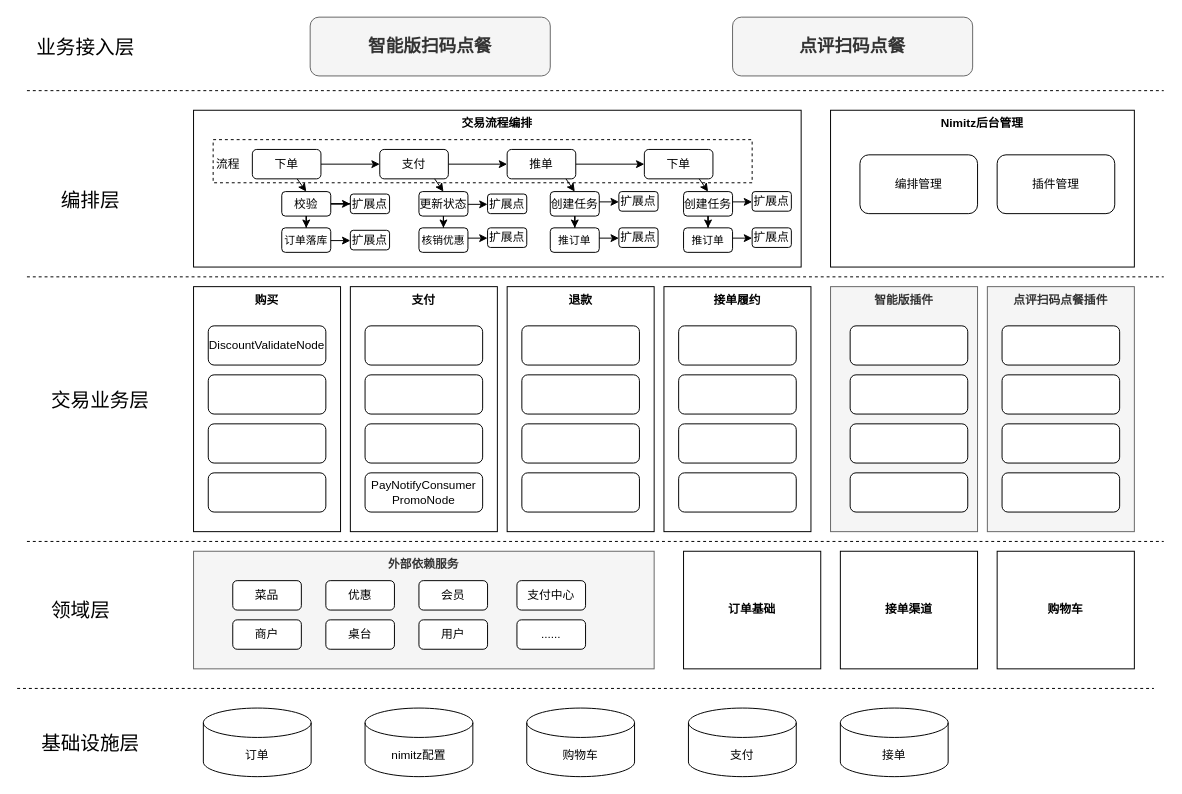
This is Nimitz交易平台.drawio from xussen1020/test, a draw.io file, before an edit. Source tidied: cells renumbered, new cells numbered last; positions are measured from the earlier drawing's top-left corner, leaving out a move shared by most shapes. Both pictures are drawn from the tidied source at 98%, with x=0, y=0 at pixel (17, 17).
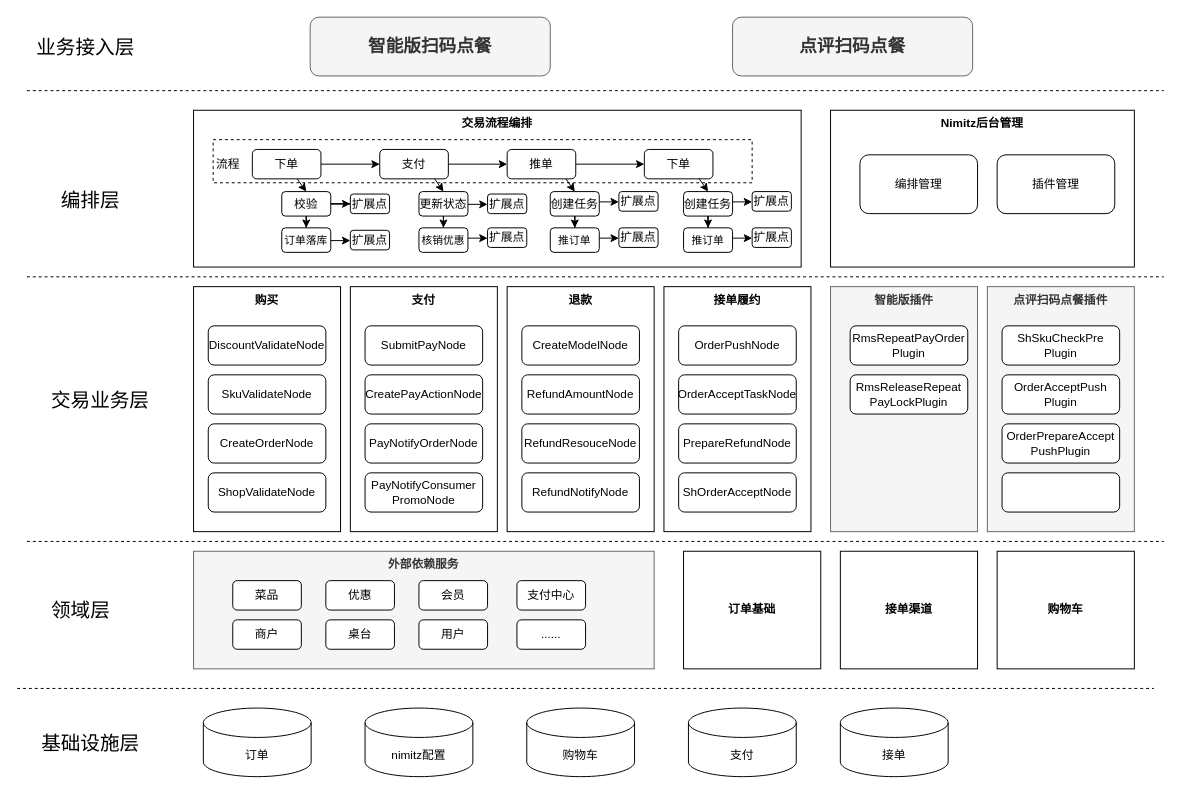
The same page after the edit.

Commit message:
更新Nimitz交易平台.drawio

Change to the diagram source:
```diff
@@
-    <mxCell id="54" style="rounded=1;whiteSpace=wrap;html=1;" parent="1" vertex="1">
+    <mxCell id="54" value="SkuValidateNode" style="rounded=1;whiteSpace=wrap;html=1;" parent="1" vertex="1">
       <mxGeometry x="195" y="365" width="120" height="40" as="geometry" />
     </mxCell>
-    <mxCell id="55" style="rounded=1;whiteSpace=wrap;html=1;" parent="1" vertex="1">
+    <mxCell id="55" value="CreateOrderNode" style="rounded=1;whiteSpace=wrap;html=1;" parent="1" vertex="1">
       <mxGeometry x="195" y="415" width="120" height="40" as="geometry" />
     </mxCell>
-    <mxCell id="56" style="rounded=1;whiteSpace=wrap;html=1;" parent="1" vertex="1">
+    <mxCell id="56" value="ShopValidateNode" style="rounded=1;whiteSpace=wrap;html=1;" parent="1" vertex="1">
       <mxGeometry x="195" y="465" width="120" height="40" as="geometry" />
     </mxCell>
-    <mxCell id="57" style="rounded=1;whiteSpace=wrap;html=1;" parent="1" vertex="1">
+    <mxCell id="57" value="SubmitPayNode" style="rounded=1;whiteSpace=wrap;html=1;" parent="1" vertex="1">
       <mxGeometry x="355" y="315" width="120" height="40" as="geometry" />
     </mxCell>
-    <mxCell id="58" style="rounded=1;whiteSpace=wrap;html=1;" parent="1" vertex="1">
+    <mxCell id="58" value="CreatePayActionNode" style="rounded=1;whiteSpace=wrap;html=1;" parent="1" vertex="1">
       <mxGeometry x="355" y="365" width="120" height="40" as="geometry" />
     </mxCell>
-    <mxCell id="59" style="rounded=1;whiteSpace=wrap;html=1;" parent="1" vertex="1">
+    <mxCell id="59" value="PayNotifyOrderNode" style="rounded=1;whiteSpace=wrap;html=1;" parent="1" vertex="1">
       <mxGeometry x="355" y="415" width="120" height="40" as="geometry" />
     </mxCell>
@@
-    <mxCell id="61" style="rounded=1;whiteSpace=wrap;html=1;" parent="1" vertex="1">
+    <mxCell id="61" value="CreateModelNode" style="rounded=1;whiteSpace=wrap;html=1;" parent="1" vertex="1">
       <mxGeometry x="515" y="315" width="120" height="40" as="geometry" />
     </mxCell>
-    <mxCell id="62" style="rounded=1;whiteSpace=wrap;html=1;" parent="1" vertex="1">
+    <mxCell id="62" value="RefundAmountNode" style="rounded=1;whiteSpace=wrap;html=1;" parent="1" vertex="1">
       <mxGeometry x="515" y="365" width="120" height="40" as="geometry" />
     </mxCell>
-    <mxCell id="63" style="rounded=1;whiteSpace=wrap;html=1;" parent="1" vertex="1">
+    <mxCell id="63" value="RefundResouceNode" style="rounded=1;whiteSpace=wrap;html=1;" parent="1" vertex="1">
       <mxGeometry x="515" y="415" width="120" height="40" as="geometry" />
     </mxCell>
-    <mxCell id="64" style="rounded=1;whiteSpace=wrap;html=1;" parent="1" vertex="1">
+    <mxCell id="64" value="RefundNotifyNode" style="rounded=1;whiteSpace=wrap;html=1;" parent="1" vertex="1">
       <mxGeometry x="515" y="465" width="120" height="40" as="geometry" />
     </mxCell>
@@
-    <mxCell id="77" style="rounded=1;whiteSpace=wrap;html=1;" parent="1" vertex="1">
+    <mxCell id="77" value="OrderPushNode" style="rounded=1;whiteSpace=wrap;html=1;" parent="1" vertex="1">
       <mxGeometry x="675" y="315" width="120" height="40" as="geometry" />
     </mxCell>
-    <mxCell id="78" style="rounded=1;whiteSpace=wrap;html=1;" parent="1" vertex="1">
+    <mxCell id="78" value="OrderAcceptTaskNode" style="rounded=1;whiteSpace=wrap;html=1;" parent="1" vertex="1">
       <mxGeometry x="675" y="365" width="120" height="40" as="geometry" />
     </mxCell>
-    <mxCell id="79" style="rounded=1;whiteSpace=wrap;html=1;" parent="1" vertex="1">
+    <mxCell id="79" value="PrepareRefundNode" style="rounded=1;whiteSpace=wrap;html=1;" parent="1" vertex="1">
       <mxGeometry x="675" y="415" width="120" height="40" as="geometry" />
     </mxCell>
-    <mxCell id="80" style="rounded=1;whiteSpace=wrap;html=1;" parent="1" vertex="1">
+    <mxCell id="80" value="ShOrderAcceptNode" style="rounded=1;whiteSpace=wrap;html=1;" parent="1" vertex="1">
       <mxGeometry x="675" y="465" width="120" height="40" as="geometry" />
     </mxCell>
-    <mxCell id="81" style="rounded=1;whiteSpace=wrap;html=1;" parent="1" vertex="1">
+    <mxCell id="81" value="RmsRepeatPayOrder&lt;br&gt;Plugin" style="rounded=1;whiteSpace=wrap;html=1;" parent="1" vertex="1">
       <mxGeometry x="850" y="315" width="120" height="40" as="geometry" />
     </mxCell>
-    <mxCell id="82" style="rounded=1;whiteSpace=wrap;html=1;" parent="1" vertex="1">
+    <mxCell id="82" value="RmsReleaseRepeat&lt;br&gt;PayLockPlugin" style="rounded=1;whiteSpace=wrap;html=1;" parent="1" vertex="1">
       <mxGeometry x="850" y="365" width="120" height="40" as="geometry" />
     </mxCell>
-    <mxCell id="83" style="rounded=1;whiteSpace=wrap;html=1;" parent="1" vertex="1">
-      <mxGeometry x="850" y="415" width="120" height="40" as="geometry" />
-    </mxCell>
-    <mxCell id="84" style="rounded=1;whiteSpace=wrap;html=1;" parent="1" vertex="1">
-      <mxGeometry x="850" y="465" width="120" height="40" as="geometry" />
-    </mxCell>
-    <mxCell id="85" style="rounded=1;whiteSpace=wrap;html=1;" parent="1" vertex="1">
+    <mxCell id="85" value="ShSkuCheckPre&lt;br&gt;Plugin" style="rounded=1;whiteSpace=wrap;html=1;" parent="1" vertex="1">
       <mxGeometry x="1005" y="315" width="120" height="40" as="geometry" />
     </mxCell>
-    <mxCell id="86" style="rounded=1;whiteSpace=wrap;html=1;" parent="1" vertex="1">
+    <mxCell id="86" value="OrderAcceptPush&lt;br&gt;Plugin" style="rounded=1;whiteSpace=wrap;html=1;" parent="1" vertex="1">
       <mxGeometry x="1005" y="365" width="120" height="40" as="geometry" />
     </mxCell>
-    <mxCell id="87" style="rounded=1;whiteSpace=wrap;html=1;" parent="1" vertex="1">
+    <mxCell id="87" value="OrderPrepareAccept&lt;br&gt;PushPlugin" style="rounded=1;whiteSpace=wrap;html=1;" parent="1" vertex="1">
       <mxGeometry x="1005" y="415" width="120" height="40" as="geometry" />
     </mxCell>
```
